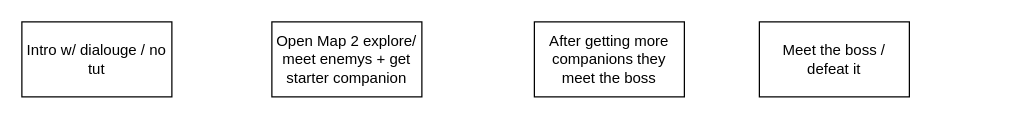
The draw.io diagram Untitled Diagram.drawio in staten-island-tech/object-oriented-adventures-jupiter2-0, before the edit. Source tidied: cells renumbered, new cells numbered last; positions are measured from the earlier drawing's top-left corner, leaving out a move shared by most shapes. Both pictures are drawn from the tidied source at 125%, with x=0, y=0 at pixel (21, 21).
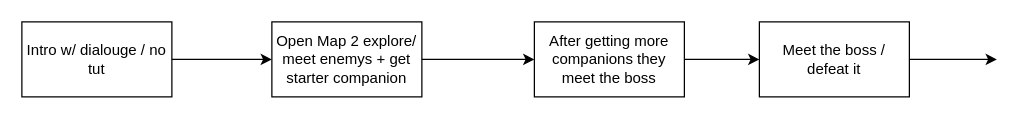
The same page after the edit.

Change to the diagram source:
```diff
@@
 <mxGraphModel>
   <root>
     <mxCell id="0" />
     <mxCell id="1" parent="0" />
     <mxCell id="2" value="Intro w/ dialouge / no tut" style="rounded=0;whiteSpace=wrap;html=1;" parent="1" vertex="1">
       <mxGeometry width="120" height="60" as="geometry" />
     </mxCell>
     <mxCell id="3" value="Open Map 2 explore/ meet enemys + get starter companion" style="rounded=0;whiteSpace=wrap;html=1;" parent="1" vertex="1">
       <mxGeometry x="200" width="120" height="60" as="geometry" />
     </mxCell>
     <mxCell id="4" value="After getting more companions they meet the boss" style="rounded=0;whiteSpace=wrap;html=1;" parent="1" vertex="1">
       <mxGeometry x="410" width="120" height="60" as="geometry" />
     </mxCell>
     <mxCell id="5" value="Meet the boss / defeat it" style="rounded=0;whiteSpace=wrap;html=1;" parent="1" vertex="1">
       <mxGeometry x="590" width="120" height="60" as="geometry" />
     </mxCell>
+    <mxCell id="6" style="endArrow=classic;html=1;rounded=0;exitX=1;exitY=0.5;exitDx=0;exitDy=0;entryX=0;entryY=0.5;entryDx=0;entryDy=0;" parent="1" edge="1" source="2" target="3">
+      <mxGeometry relative="1" as="geometry">
+        <Array as="points">
+          <mxPoint x="150" y="30" />
+        </Array>
+      </mxGeometry>
+    </mxCell>
+    <mxCell id="7" style="endArrow=classic;html=1;rounded=0;exitX=1;exitY=0.5;exitDx=0;exitDy=0;entryX=0;entryY=0.5;entryDx=0;entryDy=0;" parent="1" edge="1" source="3" target="4">
+      <mxGeometry relative="1" as="geometry" />
+    </mxCell>
+    <mxCell id="8" style="endArrow=classic;html=1;rounded=0;exitX=1;exitY=0.5;exitDx=0;exitDy=0;entryX=0;entryY=0.5;entryDx=0;entryDy=0;" parent="1" edge="1" source="4" target="5">
+      <mxGeometry relative="1" as="geometry" />
+    </mxCell>
+    <mxCell id="9" style="endArrow=classic;html=1;rounded=0;exitX=1;exitY=0.5;exitDx=0;exitDy=0;" parent="1" edge="1" source="5">
+      <mxGeometry relative="1" as="geometry">
+        <mxPoint x="780" y="30" as="targetPoint" />
+      </mxGeometry>
+    </mxCell>
   </root>
 </mxGraphModel>
```
